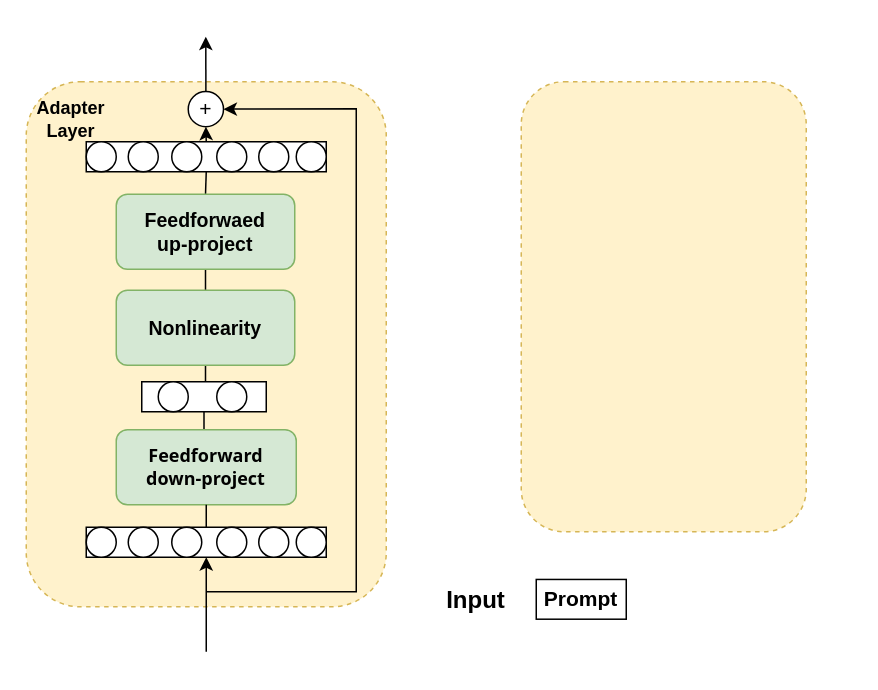
This is draw.io/预答辩.drawio from Liang-yonghui/draw, a draw.io file, before an edit. Source tidied: cells renumbered, new cells numbered last; positions are measured from the earlier drawing's top-left corner, leaving out a move shared by most shapes. Both pictures are drawn from the tidied source at 150%, with x=0, y=0 at pixel (26, 36).
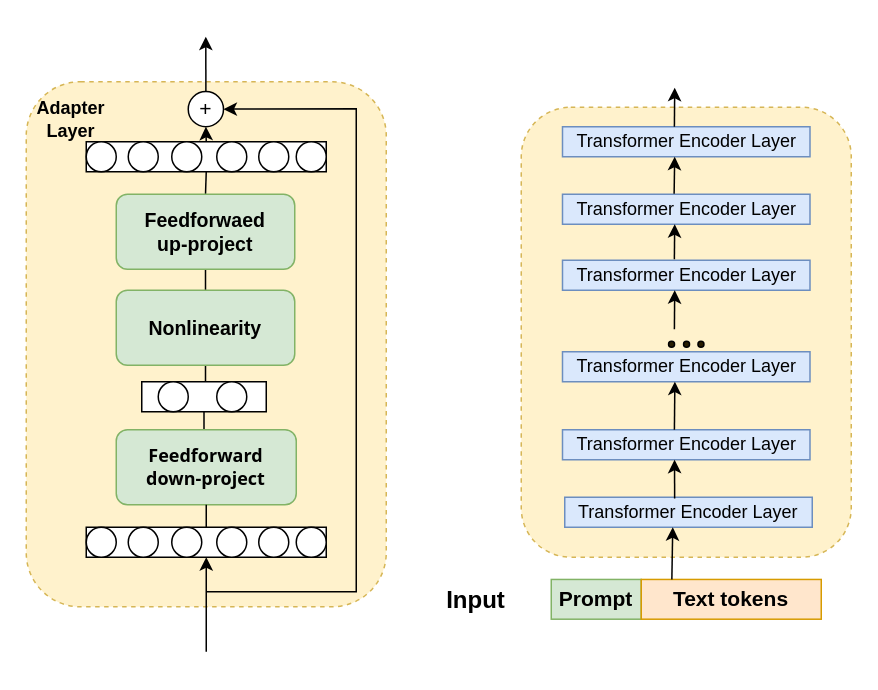
The same page after the edit.

Commit message:
更新预答辩.drawio

Diff of the diagram source:
```diff
@@
     <mxCell id="36" style="rounded=1;whiteSpace=wrap;html=1;labelBorderColor=none;dashed=1;fillColor=#fff2cc;strokeColor=#d6b656;" parent="1" vertex="1">
-      <mxGeometry x="330" y="30" width="190" height="300" as="geometry" />
+      <mxGeometry x="330" y="47" width="220" height="300" as="geometry" />
     </mxCell>
@@
+    <mxCell id="39" value="Transformer Encoder Layer" style="rounded=0;whiteSpace=wrap;html=1;fillColor=#dae8fc;strokeColor=#6c8ebf;" parent="1" vertex="1">
+      <mxGeometry x="359" y="307" width="165" height="20" as="geometry" />
+    </mxCell>
+    <mxCell id="40" value="Transformer Encoder Layer" style="rounded=0;whiteSpace=wrap;html=1;fillColor=#dae8fc;strokeColor=#6c8ebf;" parent="1" vertex="1">
+      <mxGeometry x="357.5" y="262" width="165" height="20" as="geometry" />
+    </mxCell>
+    <mxCell id="41" value="Transformer Encoder Layer" style="rounded=0;whiteSpace=wrap;html=1;fillColor=#dae8fc;strokeColor=#6c8ebf;" parent="1" vertex="1">
+      <mxGeometry x="357.5" y="210" width="165" height="20" as="geometry" />
+    </mxCell>
+    <mxCell id="42" style="ellipse;whiteSpace=wrap;html=1;fillStyle=auto;fillColor=#281D00;" parent="1" vertex="1">
+      <mxGeometry x="428.2" y="203" width="4" height="4" as="geometry" />
+    </mxCell>
+    <mxCell id="43" style="ellipse;whiteSpace=wrap;html=1;fillStyle=auto;fillColor=#281D00;" parent="1" vertex="1">
+      <mxGeometry x="438.2" y="203" width="4" height="4" as="geometry" />
+    </mxCell>
+    <mxCell id="44" style="ellipse;whiteSpace=wrap;html=1;fillStyle=auto;fillColor=#281D00;" parent="1" vertex="1">
+      <mxGeometry x="447.8" y="203" width="4" height="4" as="geometry" />
+    </mxCell>
+    <mxCell id="45" value="Transformer Encoder Layer" style="rounded=0;whiteSpace=wrap;html=1;fillColor=#dae8fc;strokeColor=#6c8ebf;" parent="1" vertex="1">
+      <mxGeometry x="357.5" y="149" width="165" height="20" as="geometry" />
+    </mxCell>
+    <mxCell id="46" value="Transformer Encoder Layer" style="rounded=0;whiteSpace=wrap;html=1;fillColor=#dae8fc;strokeColor=#6c8ebf;" parent="1" vertex="1">
+      <mxGeometry x="357.5" y="105" width="165" height="20" as="geometry" />
+    </mxCell>
+    <mxCell id="47" value="Transformer Encoder Layer" style="rounded=0;whiteSpace=wrap;html=1;fillColor=#dae8fc;strokeColor=#6c8ebf;" parent="1" vertex="1">
+      <mxGeometry x="357.5" y="60" width="165" height="20" as="geometry" />
+    </mxCell>
+    <mxCell id="48" style="group;" parent="1" vertex="1">
+      <mxGeometry x="350" y="361.8" width="180" height="26.5" as="geometry" />
+    </mxCell>
-    <mxCell id="38" value="&lt;b&gt;&lt;font style=&quot;font-size: 14px;&quot;&gt;Prompt&lt;/font&gt;&lt;/b&gt;" style="rounded=0;whiteSpace=wrap;html=1;" parent="1" vertex="1">
-      <mxGeometry x="340" y="361.8" width="60" height="26.5" as="geometry" />
+    <mxCell id="38" value="&lt;b&gt;&lt;font style=&quot;font-size: 14px;&quot;&gt;Prompt&lt;/font&gt;&lt;/b&gt;" style="rounded=0;whiteSpace=wrap;html=1;fillColor=#d5e8d4;strokeColor=#82b366;" parent="48" vertex="1">
+      <mxGeometry width="60" height="26.5" as="geometry" />
     </mxCell>
+    <mxCell id="49" value="&lt;b&gt;&lt;font style=&quot;font-size: 14px;&quot;&gt;Text tokens&lt;/font&gt;&lt;/b&gt;" style="rounded=0;whiteSpace=wrap;html=1;fillColor=#ffe6cc;strokeColor=#d79b00;" parent="48" vertex="1">
+      <mxGeometry x="60" width="120" height="26.5" as="geometry" />
+    </mxCell>
+    <mxCell id="50" style="endArrow=classic;html=1;rounded=0;entryX=0.131;entryY=1.011;entryDx=0;entryDy=0;entryPerimeter=0;exitX=0.17;exitY=0.001;exitDx=0;exitDy=0;exitPerimeter=0;" parent="1" edge="1" source="49">
+      <mxGeometry relative="1" as="geometry">
+        <mxPoint x="431" y="327" as="targetPoint" />
+      </mxGeometry>
+    </mxCell>
+    <mxCell id="51" style="endArrow=classic;html=1;rounded=0;entryX=0.131;entryY=1.011;entryDx=0;entryDy=0;entryPerimeter=0;exitX=0.444;exitY=0.039;exitDx=0;exitDy=0;exitPerimeter=0;" parent="1" edge="1" source="39">
+      <mxGeometry relative="1" as="geometry">
+        <mxPoint x="432.2" y="282" as="targetPoint" />
+      </mxGeometry>
+    </mxCell>
+    <mxCell id="52" style="endArrow=classic;html=1;rounded=0;entryX=0.454;entryY=0.996;entryDx=0;entryDy=0;entryPerimeter=0;exitX=0.444;exitY=0.039;exitDx=0;exitDy=0;exitPerimeter=0;" parent="1" edge="1" target="41">
+      <mxGeometry relative="1" as="geometry">
+        <mxPoint x="432.1" y="262" as="sourcePoint" />
+      </mxGeometry>
+    </mxCell>
+    <mxCell id="53" style="endArrow=classic;html=1;rounded=0;entryX=0.131;entryY=1.011;entryDx=0;entryDy=0;entryPerimeter=0;exitX=0.444;exitY=0.039;exitDx=0;exitDy=0;exitPerimeter=0;" parent="1" edge="1">
+      <mxGeometry relative="1" as="geometry">
+        <mxPoint x="432.1" y="195" as="sourcePoint" />
+        <mxPoint x="432.3" y="169" as="targetPoint" />
+      </mxGeometry>
+    </mxCell>
+    <mxCell id="54" style="endArrow=classic;html=1;rounded=0;entryX=0.131;entryY=1.011;entryDx=0;entryDy=0;entryPerimeter=0;exitX=0.452;exitY=-0.033;exitDx=0;exitDy=0;exitPerimeter=0;" parent="1" edge="1" source="45">
+      <mxGeometry relative="1" as="geometry">
+        <mxPoint x="432.3" y="125" as="targetPoint" />
+      </mxGeometry>
+    </mxCell>
+    <mxCell id="55" style="endArrow=classic;html=1;rounded=0;entryX=0.131;entryY=1.011;entryDx=0;entryDy=0;entryPerimeter=0;exitX=0.451;exitY=-0.013;exitDx=0;exitDy=0;exitPerimeter=0;" parent="1" edge="1" source="46">
+      <mxGeometry relative="1" as="geometry">
+        <mxPoint x="432.3" y="80" as="targetPoint" />
+      </mxGeometry>
+    </mxCell>
+    <mxCell id="56" style="endArrow=classic;html=1;rounded=0;entryX=0.131;entryY=1.011;entryDx=0;entryDy=0;entryPerimeter=0;exitX=0.444;exitY=0.039;exitDx=0;exitDy=0;exitPerimeter=0;" parent="1" edge="1">
+      <mxGeometry relative="1" as="geometry">
+        <mxPoint x="432.1" y="60" as="sourcePoint" />
+        <mxPoint x="432.3" y="34" as="targetPoint" />
+      </mxGeometry>
+    </mxCell>
```
